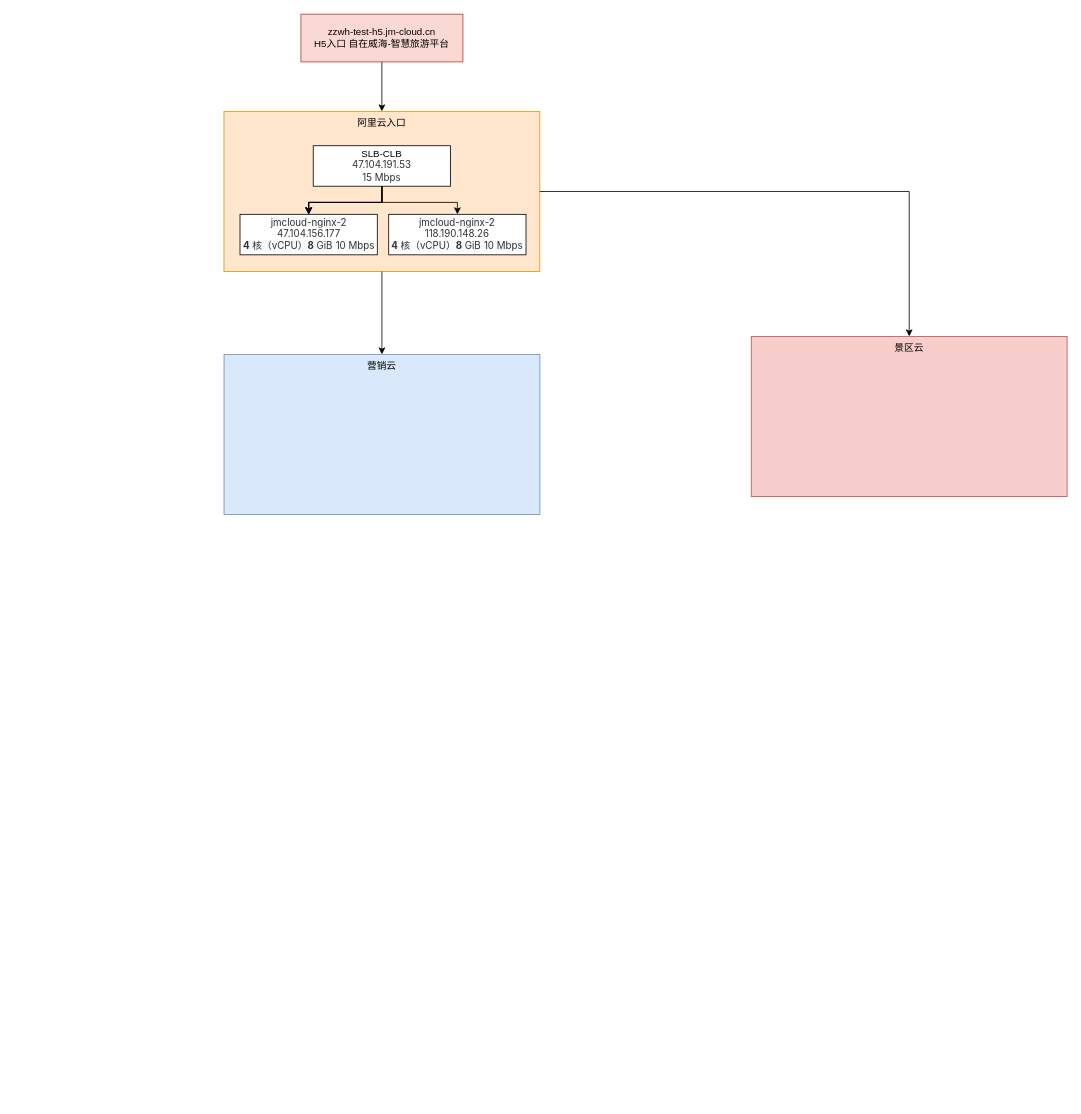
Earlier version of the draw.io diagram 景区云，营销云-test.drawio (xiaoshizizhuzhu/learngit). Source tidied: cells renumbered, new cells numbered last; positions are measured from the earlier drawing's top-left corner, leaving out a move shared by most shapes. Both pictures are drawn from the tidied source at 81%, with x=0, y=0 at pixel (224, 14).
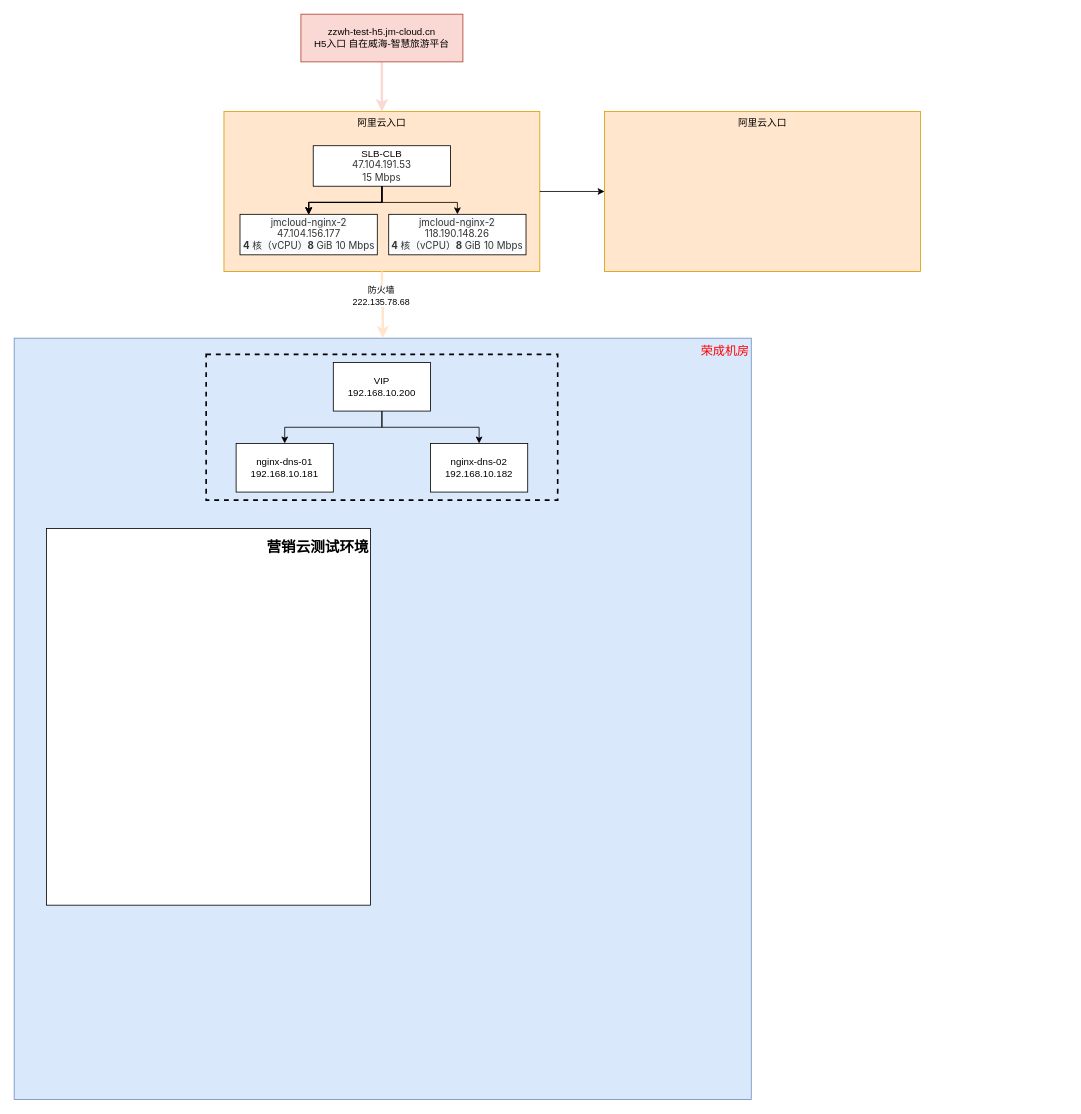
The same diagram, later.

Commit message (it also covers changes not shown here):
更新景区云，营销云-test.drawio

Unchanged cells that the change refers to:
```xml
<mxCell id="3" value="阿里云入口" style="whiteSpace=wrap;html=1;fillColor=#ffe6cc;strokeColor=#d79b00;rounded=0;align=center;verticalAlign=top;" parent="2" vertex="1">
  <mxGeometry width="389.9" height="197.8" as="geometry" />
</mxCell>
<mxCell id="17" value="&lt;div style=&quot;&quot;&gt;&lt;font style=&quot;&quot;&gt;&lt;span style=&quot;text-wrap-mode: nowrap;&quot;&gt;zzwh-test-h5.jm-cloud.cn&lt;/span&gt;&lt;/font&gt;&lt;/div&gt;&lt;div style=&quot;text-wrap-mode: nowrap;&quot;&gt;&lt;font&gt;H5入口 自在威海-智慧旅游平台&lt;/font&gt;&lt;/div&gt;" style="whiteSpace=wrap;html=1;verticalAlign=middle;fillColor=#fad9d5;strokeColor=#ae4132;rounded=0;" parent="1" vertex="1">
  <mxGeometry x="95" width="200" height="58.9" as="geometry" />
</mxCell>
```

What changed in the source:
```diff
@@
-    <mxCell id="12" value="营销云" style="whiteSpace=wrap;html=1;fillColor=#dae8fc;strokeColor=#6c8ebf;rounded=0;align=center;verticalAlign=top;" parent="1" vertex="1">
-      <mxGeometry x="0.1" y="420" width="389.9" height="197.8" as="geometry" />
+    <mxCell id="12" value="&lt;font style=&quot;font-size: 15px; color: rgb(255, 0, 0);&quot;&gt;荣成机房&lt;/font&gt;" style="whiteSpace=wrap;html=1;fillColor=#dae8fc;strokeColor=#6c8ebf;rounded=0;align=right;verticalAlign=top;" parent="1" vertex="1">
+      <mxGeometry x="-259" y="400" width="910" height="940" as="geometry" />
     </mxCell>
-    <mxCell id="13" style="edgeStyle=orthogonalEdgeStyle;rounded=0;jettySize=auto;html=1;" parent="1" edge="1" source="3" target="12">
+    <mxCell id="13" style="edgeStyle=orthogonalEdgeStyle;rounded=0;jettySize=auto;html=1;strokeColor=light-dark(#ffe6cc, #ededed);jumpSize=6;strokeWidth=3;" parent="1" edge="1" source="3" target="12">
       <mxGeometry relative="1" as="geometry" />
     </mxCell>
-    <mxCell id="14" value="景区云" style="whiteSpace=wrap;html=1;fillColor=#f8cecc;strokeColor=#b85450;rounded=0;align=center;verticalAlign=top;" parent="1" vertex="1">
-      <mxGeometry x="651" y="397.8" width="389.9" height="197.8" as="geometry" />
-    </mxCell>
-    <mxCell id="15" style="edgeStyle=orthogonalEdgeStyle;rounded=0;jettySize=auto;html=1;" parent="1" edge="1" source="3" target="14">
-      <mxGeometry relative="1" as="geometry" />
-    </mxCell>
+    <mxCell id="18" value="防火墙&lt;div&gt;222.135.78.68&lt;/div&gt;" style="edgeLabel;html=1;align=center;verticalAlign=middle;" parent="13" vertex="1">
+      <mxGeometry x="-0.29" y="-2" relative="1" as="geometry" />
+    </mxCell>
-    <mxCell id="16" style="edgeStyle=orthogonalEdgeStyle;rounded=0;jettySize=auto;html=1;entryX=0.5;entryY=0;entryDx=0;entryDy=0;" parent="1" edge="1" source="17" target="3">
+    <mxCell id="16" style="edgeStyle=orthogonalEdgeStyle;rounded=0;jettySize=auto;html=1;entryX=0.5;entryY=0;entryDx=0;entryDy=0;fillColor=#f8cecc;strokeColor=light-dark(#fad9d5, #d7817e);strokeWidth=3;" parent="1" edge="1" source="17" target="3">
       <mxGeometry relative="1" as="geometry" />
     </mxCell>
@@
+    <mxCell id="19" style="group;" parent="1" vertex="1">
+      <mxGeometry x="15" y="430" width="400" height="170" as="geometry" />
+    </mxCell>
+    <mxCell id="20" style="edgeStyle=orthogonalEdgeStyle;rounded=0;jettySize=auto;html=1;" parent="19" edge="1" source="21" target="23">
+      <mxGeometry relative="1" as="geometry" />
+    </mxCell>
+    <mxCell id="21" value="VIP&lt;div&gt;192.168.10.200&lt;/div&gt;" style="rounded=0;whiteSpace=wrap;html=1;" parent="19" vertex="1">
+      <mxGeometry x="120" width="120" height="60" as="geometry" />
+    </mxCell>
+    <mxCell id="22" value="nginx-dns-01&lt;div&gt;192.168.10.181&lt;/div&gt;" style="rounded=0;whiteSpace=wrap;html=1;" parent="19" vertex="1">
+      <mxGeometry y="100" width="120" height="60" as="geometry" />
+    </mxCell>
+    <mxCell id="23" value="nginx-dns-02&lt;div&gt;192.168.10.182&lt;/div&gt;" style="whiteSpace=wrap;html=1;rounded=0;" parent="19" vertex="1">
+      <mxGeometry x="240" y="100" width="120" height="60" as="geometry" />
+    </mxCell>
+    <mxCell id="24" style="edgeStyle=orthogonalEdgeStyle;rounded=0;jettySize=auto;html=1;" parent="19" edge="1" source="21" target="22">
+      <mxGeometry relative="1" as="geometry" />
+    </mxCell>
+    <mxCell id="25" style="rounded=0;whiteSpace=wrap;html=1;fillColor=none;dashed=1;strokeWidth=2;perimeterSpacing=0;align=right;" parent="1" vertex="1">
+      <mxGeometry x="-22" y="420" width="434" height="180" as="geometry" />
+    </mxCell>
+    <mxCell id="26" value="&lt;h2 style=&quot;text-align: justify;&quot;&gt;&lt;span style=&quot;background-color: transparent; color: light-dark(rgb(0, 0, 0), rgb(255, 255, 255));&quot;&gt;营销云测试环境&lt;/span&gt;&lt;/h2&gt;&lt;div&gt;&lt;span style=&quot;background-color: transparent; color: light-dark(rgb(0, 0, 0), rgb(255, 255, 255));&quot;&gt;&lt;br&gt;&lt;/span&gt;&lt;/div&gt;&lt;div&gt;&lt;span style=&quot;background-color: transparent; color: light-dark(rgb(0, 0, 0), rgb(255, 255, 255));&quot;&gt;&lt;br&gt;&lt;/span&gt;&lt;/div&gt;&lt;div&gt;&lt;span style=&quot;background-color: transparent; color: light-dark(rgb(0, 0, 0), rgb(255, 255, 255));&quot;&gt;&lt;br&gt;&lt;/span&gt;&lt;/div&gt;&lt;div&gt;&lt;span style=&quot;background-color: transparent; color: light-dark(rgb(0, 0, 0), rgb(255, 255, 255));&quot;&gt;&lt;br&gt;&lt;/span&gt;&lt;/div&gt;&lt;div&gt;&lt;span style=&quot;background-color: transparent; color: light-dark(rgb(0, 0, 0), rgb(255, 255, 255));&quot;&gt;&lt;br&gt;&lt;/span&gt;&lt;/div&gt;&lt;div&gt;&lt;span style=&quot;background-color: transparent; color: light-dark(rgb(0, 0, 0), rgb(255, 255, 255));&quot;&gt;&lt;br&gt;&lt;/span&gt;&lt;/div&gt;&lt;div&gt;&lt;span style=&quot;background-color: transparent; color: light-dark(rgb(0, 0, 0), rgb(255, 255, 255));&quot;&gt;&lt;br&gt;&lt;/span&gt;&lt;/div&gt;&lt;div&gt;&lt;span style=&quot;background-color: transparent; color: light-dark(rgb(0, 0, 0), rgb(255, 255, 255));&quot;&gt;&lt;br&gt;&lt;/span&gt;&lt;/div&gt;&lt;div&gt;&lt;span style=&quot;background-color: transparent; color: light-dark(rgb(0, 0, 0), rgb(255, 255, 255));&quot;&gt;&lt;br&gt;&lt;/span&gt;&lt;/div&gt;&lt;div&gt;&lt;span style=&quot;background-color: transparent; color: light-dark(rgb(0, 0, 0), rgb(255, 255, 255));&quot;&gt;&lt;br&gt;&lt;/span&gt;&lt;/div&gt;&lt;div&gt;&lt;span style=&quot;background-color: transparent; color: light-dark(rgb(0, 0, 0), rgb(255, 255, 255));&quot;&gt;&lt;br&gt;&lt;/span&gt;&lt;/div&gt;&lt;div&gt;&lt;span style=&quot;background-color: transparent; color: light-dark(rgb(0, 0, 0), rgb(255, 255, 255));&quot;&gt;&lt;br&gt;&lt;/span&gt;&lt;/div&gt;&lt;div&gt;&lt;span style=&quot;background-color: transparent; color: light-dark(rgb(0, 0, 0), rgb(255, 255, 255));&quot;&gt;&lt;br&gt;&lt;/span&gt;&lt;/div&gt;&lt;div&gt;&lt;span style=&quot;background-color: transparent; color: light-dark(rgb(0, 0, 0), rgb(255, 255, 255));&quot;&gt;&lt;br&gt;&lt;/span&gt;&lt;/div&gt;&lt;div&gt;&lt;span style=&quot;background-color: transparent; color: light-dark(rgb(0, 0, 0), rgb(255, 255, 255));&quot;&gt;&lt;br&gt;&lt;/span&gt;&lt;/div&gt;&lt;div&gt;&lt;span style=&quot;background-color: transparent; color: light-dark(rgb(0, 0, 0), rgb(255, 255, 255));&quot;&gt;&lt;br&gt;&lt;/span&gt;&lt;/div&gt;&lt;div&gt;&lt;span style=&quot;background-color: transparent; color: light-dark(rgb(0, 0, 0), rgb(255, 255, 255));&quot;&gt;&lt;br&gt;&lt;/span&gt;&lt;/div&gt;&lt;div&gt;&lt;span style=&quot;background-color: transparent; color: light-dark(rgb(0, 0, 0), rgb(255, 255, 255));&quot;&gt;&lt;br&gt;&lt;/span&gt;&lt;/div&gt;&lt;div&gt;&lt;span style=&quot;background-color: transparent; color: light-dark(rgb(0, 0, 0), rgb(255, 255, 255));&quot;&gt;&lt;br&gt;&lt;/span&gt;&lt;/div&gt;&lt;div&gt;&lt;span style=&quot;background-color: transparent; color: light-dark(rgb(0, 0, 0), rgb(255, 255, 255));&quot;&gt;&lt;br&gt;&lt;/span&gt;&lt;/div&gt;&lt;div&gt;&lt;span style=&quot;background-color: transparent; color: light-dark(rgb(0, 0, 0), rgb(255, 255, 255));&quot;&gt;&lt;br&gt;&lt;/span&gt;&lt;/div&gt;&lt;div&gt;&lt;span style=&quot;background-color: transparent; color: light-dark(rgb(0, 0, 0), rgb(255, 255, 255));&quot;&gt;&lt;br&gt;&lt;/span&gt;&lt;/div&gt;&lt;div&gt;&lt;span style=&quot;background-color: transparent; color: light-dark(rgb(0, 0, 0), rgb(255, 255, 255));&quot;&gt;&lt;br&gt;&lt;/span&gt;&lt;/div&gt;&lt;div&gt;&lt;span style=&quot;background-color: transparent; color: light-dark(rgb(0, 0, 0), rgb(255, 255, 255));&quot;&gt;&lt;br&gt;&lt;/span&gt;&lt;/div&gt;&lt;div&gt;&lt;span style=&quot;background-color: transparent; color: light-dark(rgb(0, 0, 0), rgb(255, 255, 255));&quot;&gt;&lt;br&gt;&lt;/span&gt;&lt;/div&gt;&lt;div&gt;&lt;span style=&quot;background-color: transparent; color: light-dark(rgb(0, 0, 0), rgb(255, 255, 255));&quot;&gt;&lt;br&gt;&lt;/span&gt;&lt;/div&gt;&lt;div&gt;&lt;span style=&quot;background-color: transparent; color: light-dark(rgb(0, 0, 0), rgb(255, 255, 255));&quot;&gt;&lt;br&gt;&lt;/span&gt;&lt;/div&gt;&lt;div&gt;&lt;span style=&quot;background-color: transparent; color: light-dark(rgb(0, 0, 0), rgb(255, 255, 255));&quot;&gt;&lt;br&gt;&lt;/span&gt;&lt;/div&gt;&lt;div&gt;&lt;span style=&quot;background-color: transparent; color: light-dark(rgb(0, 0, 0), rgb(255, 255, 255));&quot;&gt;&lt;br&gt;&lt;/span&gt;&lt;/div&gt;" style="rounded=0;whiteSpace=wrap;html=1;align=right;" parent="1" vertex="1">
+      <mxGeometry x="-219" y="635" width="400" height="465" as="geometry" />
+    </mxCell>
+    <mxCell id="27" value="阿里云入口" style="whiteSpace=wrap;html=1;fillColor=#ffe6cc;strokeColor=#d79b00;rounded=0;align=center;verticalAlign=top;" parent="1" vertex="1">
+      <mxGeometry x="469.9" y="120" width="389.9" height="197.8" as="geometry" />
+    </mxCell>
+    <mxCell id="28" style="edgeStyle=orthogonalEdgeStyle;rounded=0;jettySize=auto;html=1;" parent="1" edge="1" source="3" target="27">
+      <mxGeometry relative="1" as="geometry" />
+    </mxCell>
```
